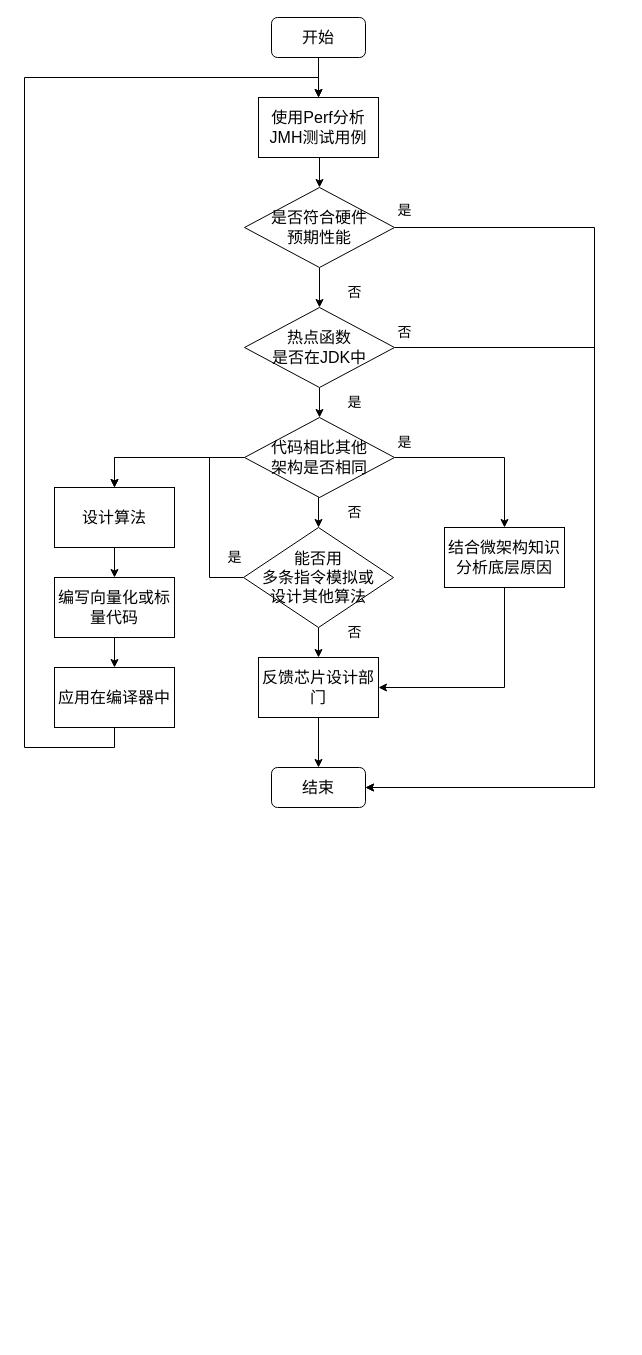
Above: Optimization.drawio in f123888/Draw.IO (draw.io), before the change. Source tidied: cells renumbered, new cells numbered last; positions are measured from the earlier drawing's top-left corner, leaving out a move shared by most shapes. Both pictures are drawn from the tidied source at 100%, with x=0, y=0 at pixel (24, 17).
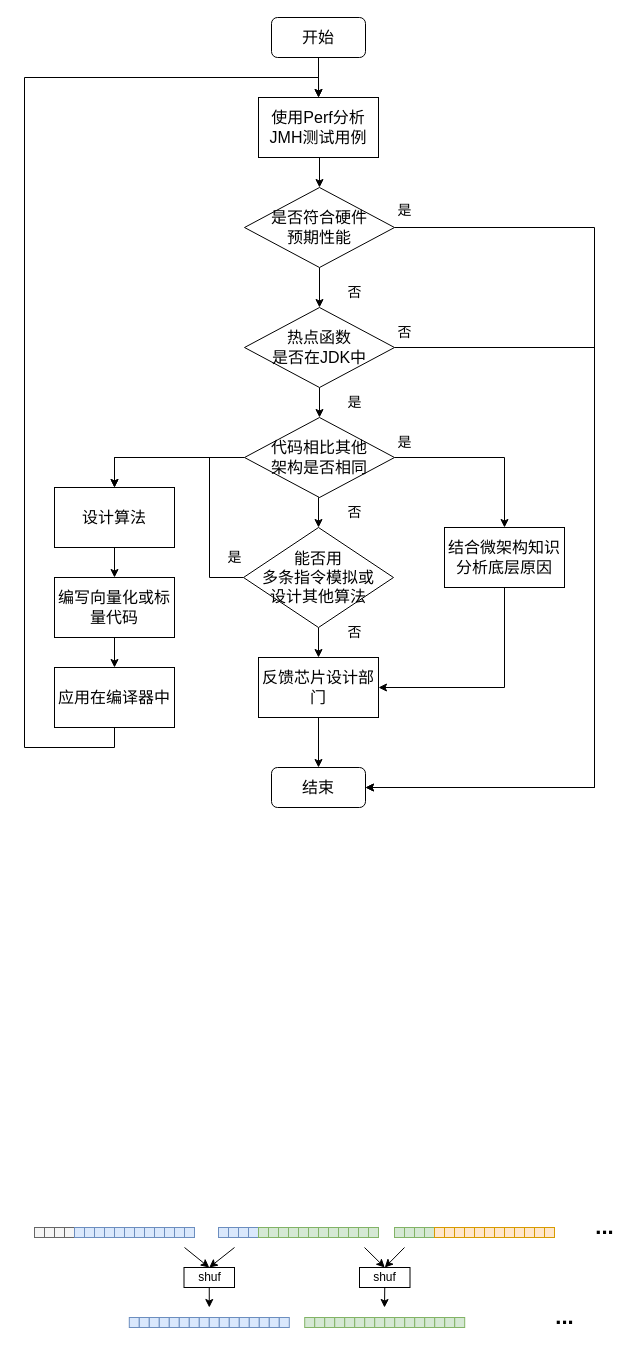
The same diagram, later.

Diff of the diagram source:
```diff
@@
+    <mxCell id="38" style="rounded=0;whiteSpace=wrap;html=1;fillColor=#f5f5f5;fontColor=#333333;strokeColor=#666666;" parent="1" vertex="1">
+      <mxGeometry x="10" y="1210" width="10" height="10" as="geometry" />
+    </mxCell>
+    <mxCell id="39" style="rounded=0;whiteSpace=wrap;html=1;fillColor=#f5f5f5;fontColor=#333333;strokeColor=#666666;" parent="1" vertex="1">
+      <mxGeometry x="20" y="1210" width="10" height="10" as="geometry" />
+    </mxCell>
+    <mxCell id="40" style="rounded=0;whiteSpace=wrap;html=1;fillColor=#f5f5f5;fontColor=#333333;strokeColor=#666666;" parent="1" vertex="1">
+      <mxGeometry x="30" y="1210" width="10" height="10" as="geometry" />
+    </mxCell>
+    <mxCell id="41" style="rounded=0;whiteSpace=wrap;html=1;fillColor=#f5f5f5;fontColor=#333333;strokeColor=#666666;" parent="1" vertex="1">
+      <mxGeometry x="40" y="1210" width="10" height="10" as="geometry" />
+    </mxCell>
+    <mxCell id="42" style="rounded=0;whiteSpace=wrap;html=1;fillColor=#dae8fc;strokeColor=#6c8ebf;" parent="1" vertex="1">
+      <mxGeometry x="50" y="1210" width="10" height="10" as="geometry" />
+    </mxCell>
+    <mxCell id="43" style="rounded=0;whiteSpace=wrap;html=1;fillColor=#dae8fc;strokeColor=#6c8ebf;" parent="1" vertex="1">
+      <mxGeometry x="60" y="1210" width="10" height="10" as="geometry" />
+    </mxCell>
+    <mxCell id="44" style="rounded=0;whiteSpace=wrap;html=1;fillColor=#dae8fc;strokeColor=#6c8ebf;" parent="1" vertex="1">
+      <mxGeometry x="70" y="1210" width="10" height="10" as="geometry" />
+    </mxCell>
+    <mxCell id="45" style="rounded=0;whiteSpace=wrap;html=1;fillColor=#dae8fc;strokeColor=#6c8ebf;" parent="1" vertex="1">
+      <mxGeometry x="80" y="1210" width="10" height="10" as="geometry" />
+    </mxCell>
+    <mxCell id="46" style="rounded=0;whiteSpace=wrap;html=1;fillColor=#dae8fc;strokeColor=#6c8ebf;" parent="1" vertex="1">
+      <mxGeometry x="90" y="1210" width="10" height="10" as="geometry" />
+    </mxCell>
+    <mxCell id="47" style="rounded=0;whiteSpace=wrap;html=1;fillColor=#dae8fc;strokeColor=#6c8ebf;" parent="1" vertex="1">
+      <mxGeometry x="100" y="1210" width="10" height="10" as="geometry" />
+    </mxCell>
+    <mxCell id="48" style="rounded=0;whiteSpace=wrap;html=1;fillColor=#dae8fc;strokeColor=#6c8ebf;" parent="1" vertex="1">
+      <mxGeometry x="110" y="1210" width="10" height="10" as="geometry" />
+    </mxCell>
+    <mxCell id="49" style="rounded=0;whiteSpace=wrap;html=1;fillColor=#dae8fc;strokeColor=#6c8ebf;" parent="1" vertex="1">
+      <mxGeometry x="120" y="1210" width="10" height="10" as="geometry" />
+    </mxCell>
+    <mxCell id="50" style="rounded=0;whiteSpace=wrap;html=1;fillColor=#dae8fc;strokeColor=#6c8ebf;" parent="1" vertex="1">
+      <mxGeometry x="130" y="1210" width="10" height="10" as="geometry" />
+    </mxCell>
+    <mxCell id="51" style="rounded=0;whiteSpace=wrap;html=1;fillColor=#dae8fc;strokeColor=#6c8ebf;" parent="1" vertex="1">
+      <mxGeometry x="140" y="1210" width="10" height="10" as="geometry" />
+    </mxCell>
+    <mxCell id="52" style="rounded=0;whiteSpace=wrap;html=1;fillColor=#dae8fc;strokeColor=#6c8ebf;" parent="1" vertex="1">
+      <mxGeometry x="150" y="1210" width="10" height="10" as="geometry" />
+    </mxCell>
+    <mxCell id="53" style="rounded=0;whiteSpace=wrap;html=1;fillColor=#dae8fc;strokeColor=#6c8ebf;" parent="1" vertex="1">
+      <mxGeometry x="160" y="1210" width="10" height="10" as="geometry" />
+    </mxCell>
+    <mxCell id="54" style="rounded=0;whiteSpace=wrap;html=1;fillColor=#dae8fc;strokeColor=#6c8ebf;" parent="1" vertex="1">
+      <mxGeometry x="194" y="1210" width="10" height="10" as="geometry" />
+    </mxCell>
+    <mxCell id="55" style="rounded=0;whiteSpace=wrap;html=1;fillColor=#dae8fc;strokeColor=#6c8ebf;" parent="1" vertex="1">
+      <mxGeometry x="204" y="1210" width="10" height="10" as="geometry" />
+    </mxCell>
+    <mxCell id="56" style="rounded=0;whiteSpace=wrap;html=1;fillColor=#dae8fc;strokeColor=#6c8ebf;" parent="1" vertex="1">
+      <mxGeometry x="214" y="1210" width="10" height="10" as="geometry" />
+    </mxCell>
+    <mxCell id="57" style="rounded=0;whiteSpace=wrap;html=1;fillColor=#dae8fc;strokeColor=#6c8ebf;" parent="1" vertex="1">
+      <mxGeometry x="224" y="1210" width="10" height="10" as="geometry" />
+    </mxCell>
+    <mxCell id="58" style="rounded=0;whiteSpace=wrap;html=1;fillColor=#d5e8d4;strokeColor=#82b366;" parent="1" vertex="1">
+      <mxGeometry x="234" y="1210" width="10" height="10" as="geometry" />
+    </mxCell>
+    <mxCell id="59" style="rounded=0;whiteSpace=wrap;html=1;fillColor=#d5e8d4;strokeColor=#82b366;" parent="1" vertex="1">
+      <mxGeometry x="244" y="1210" width="10" height="10" as="geometry" />
+    </mxCell>
+    <mxCell id="60" style="rounded=0;whiteSpace=wrap;html=1;fillColor=#d5e8d4;strokeColor=#82b366;" parent="1" vertex="1">
+      <mxGeometry x="254" y="1210" width="10" height="10" as="geometry" />
+    </mxCell>
+    <mxCell id="61" style="rounded=0;whiteSpace=wrap;html=1;fillColor=#d5e8d4;strokeColor=#82b366;" parent="1" vertex="1">
+      <mxGeometry x="264" y="1210" width="10" height="10" as="geometry" />
+    </mxCell>
+    <mxCell id="62" style="rounded=0;whiteSpace=wrap;html=1;fillColor=#d5e8d4;strokeColor=#82b366;" parent="1" vertex="1">
+      <mxGeometry x="274" y="1210" width="10" height="10" as="geometry" />
+    </mxCell>
+    <mxCell id="63" style="rounded=0;whiteSpace=wrap;html=1;fillColor=#d5e8d4;strokeColor=#82b366;" parent="1" vertex="1">
+      <mxGeometry x="284" y="1210" width="10" height="10" as="geometry" />
+    </mxCell>
+    <mxCell id="64" style="rounded=0;whiteSpace=wrap;html=1;fillColor=#d5e8d4;strokeColor=#82b366;" parent="1" vertex="1">
+      <mxGeometry x="294" y="1210" width="10" height="10" as="geometry" />
+    </mxCell>
+    <mxCell id="65" style="rounded=0;whiteSpace=wrap;html=1;fillColor=#d5e8d4;strokeColor=#82b366;" parent="1" vertex="1">
+      <mxGeometry x="304" y="1210" width="10" height="10" as="geometry" />
+    </mxCell>
+    <mxCell id="66" style="rounded=0;whiteSpace=wrap;html=1;fillColor=#d5e8d4;strokeColor=#82b366;" parent="1" vertex="1">
+      <mxGeometry x="314" y="1210" width="10" height="10" as="geometry" />
+    </mxCell>
+    <mxCell id="67" style="rounded=0;whiteSpace=wrap;html=1;fillColor=#d5e8d4;strokeColor=#82b366;" parent="1" vertex="1">
+      <mxGeometry x="324" y="1210" width="10" height="10" as="geometry" />
+    </mxCell>
+    <mxCell id="68" style="rounded=0;whiteSpace=wrap;html=1;fillColor=#d5e8d4;strokeColor=#82b366;" parent="1" vertex="1">
+      <mxGeometry x="334" y="1210" width="10" height="10" as="geometry" />
+    </mxCell>
+    <mxCell id="69" style="rounded=0;whiteSpace=wrap;html=1;fillColor=#d5e8d4;strokeColor=#82b366;" parent="1" vertex="1">
+      <mxGeometry x="344" y="1210" width="10" height="10" as="geometry" />
+    </mxCell>
+    <mxCell id="70" style="rounded=0;whiteSpace=wrap;html=1;fillColor=#d5e8d4;strokeColor=#82b366;" parent="1" vertex="1">
+      <mxGeometry x="370" y="1210" width="10" height="10" as="geometry" />
+    </mxCell>
+    <mxCell id="71" style="rounded=0;whiteSpace=wrap;html=1;fillColor=#d5e8d4;strokeColor=#82b366;" parent="1" vertex="1">
+      <mxGeometry x="380" y="1210" width="10" height="10" as="geometry" />
+    </mxCell>
+    <mxCell id="72" style="rounded=0;whiteSpace=wrap;html=1;fillColor=#d5e8d4;strokeColor=#82b366;" parent="1" vertex="1">
+      <mxGeometry x="390" y="1210" width="10" height="10" as="geometry" />
+    </mxCell>
+    <mxCell id="73" style="rounded=0;whiteSpace=wrap;html=1;fillColor=#d5e8d4;strokeColor=#82b366;" parent="1" vertex="1">
+      <mxGeometry x="400" y="1210" width="10" height="10" as="geometry" />
+    </mxCell>
+    <mxCell id="74" style="rounded=0;whiteSpace=wrap;html=1;fillColor=#ffe6cc;strokeColor=#d79b00;" parent="1" vertex="1">
+      <mxGeometry x="410" y="1210" width="10" height="10" as="geometry" />
+    </mxCell>
+    <mxCell id="75" style="rounded=0;whiteSpace=wrap;html=1;fillColor=#ffe6cc;strokeColor=#d79b00;" parent="1" vertex="1">
+      <mxGeometry x="420" y="1210" width="10" height="10" as="geometry" />
+    </mxCell>
+    <mxCell id="76" style="rounded=0;whiteSpace=wrap;html=1;fillColor=#ffe6cc;strokeColor=#d79b00;" parent="1" vertex="1">
+      <mxGeometry x="430" y="1210" width="10" height="10" as="geometry" />
+    </mxCell>
+    <mxCell id="77" style="rounded=0;whiteSpace=wrap;html=1;fillColor=#ffe6cc;strokeColor=#d79b00;" parent="1" vertex="1">
+      <mxGeometry x="440" y="1210" width="10" height="10" as="geometry" />
+    </mxCell>
+    <mxCell id="78" style="rounded=0;whiteSpace=wrap;html=1;fillColor=#ffe6cc;strokeColor=#d79b00;" parent="1" vertex="1">
+      <mxGeometry x="450" y="1210" width="10" height="10" as="geometry" />
+    </mxCell>
+    <mxCell id="79" style="rounded=0;whiteSpace=wrap;html=1;fillColor=#ffe6cc;strokeColor=#d79b00;" parent="1" vertex="1">
+      <mxGeometry x="460" y="1210" width="10" height="10" as="geometry" />
+    </mxCell>
+    <mxCell id="80" style="rounded=0;whiteSpace=wrap;html=1;fillColor=#ffe6cc;strokeColor=#d79b00;" parent="1" vertex="1">
+      <mxGeometry x="470" y="1210" width="10" height="10" as="geometry" />
+    </mxCell>
+    <mxCell id="81" style="rounded=0;whiteSpace=wrap;html=1;fillColor=#ffe6cc;strokeColor=#d79b00;" parent="1" vertex="1">
+      <mxGeometry x="480" y="1210" width="10" height="10" as="geometry" />
+    </mxCell>
+    <mxCell id="82" style="rounded=0;whiteSpace=wrap;html=1;fillColor=#ffe6cc;strokeColor=#d79b00;" parent="1" vertex="1">
+      <mxGeometry x="490" y="1210" width="10" height="10" as="geometry" />
+    </mxCell>
+    <mxCell id="83" style="rounded=0;whiteSpace=wrap;html=1;fillColor=#ffe6cc;strokeColor=#d79b00;" parent="1" vertex="1">
+      <mxGeometry x="500" y="1210" width="10" height="10" as="geometry" />
+    </mxCell>
+    <mxCell id="84" style="rounded=0;whiteSpace=wrap;html=1;fillColor=#ffe6cc;strokeColor=#d79b00;" parent="1" vertex="1">
+      <mxGeometry x="510" y="1210" width="10" height="10" as="geometry" />
+    </mxCell>
+    <mxCell id="85" style="rounded=0;whiteSpace=wrap;html=1;fillColor=#ffe6cc;strokeColor=#d79b00;" parent="1" vertex="1">
+      <mxGeometry x="520" y="1210" width="10" height="10" as="geometry" />
+    </mxCell>
+    <mxCell id="86" style="rounded=0;whiteSpace=wrap;html=1;fillColor=#dae8fc;strokeColor=#6c8ebf;" parent="1" vertex="1">
+      <mxGeometry x="104.8" y="1300" width="10" height="10" as="geometry" />
+    </mxCell>
+    <mxCell id="87" style="rounded=0;whiteSpace=wrap;html=1;fillColor=#dae8fc;strokeColor=#6c8ebf;" parent="1" vertex="1">
+      <mxGeometry x="114.8" y="1300" width="10" height="10" as="geometry" />
+    </mxCell>
+    <mxCell id="88" style="rounded=0;whiteSpace=wrap;html=1;fillColor=#dae8fc;strokeColor=#6c8ebf;" parent="1" vertex="1">
+      <mxGeometry x="124.8" y="1300" width="10" height="10" as="geometry" />
+    </mxCell>
+    <mxCell id="89" style="rounded=0;whiteSpace=wrap;html=1;fillColor=#dae8fc;strokeColor=#6c8ebf;" parent="1" vertex="1">
+      <mxGeometry x="134.8" y="1300" width="10" height="10" as="geometry" />
+    </mxCell>
+    <mxCell id="90" style="rounded=0;whiteSpace=wrap;html=1;fillColor=#dae8fc;strokeColor=#6c8ebf;" parent="1" vertex="1">
+      <mxGeometry x="144.8" y="1300" width="10" height="10" as="geometry" />
+    </mxCell>
+    <mxCell id="91" style="rounded=0;whiteSpace=wrap;html=1;fillColor=#dae8fc;strokeColor=#6c8ebf;" parent="1" vertex="1">
+      <mxGeometry x="154.8" y="1300" width="10" height="10" as="geometry" />
+    </mxCell>
+    <mxCell id="92" style="rounded=0;whiteSpace=wrap;html=1;fillColor=#dae8fc;strokeColor=#6c8ebf;" parent="1" vertex="1">
+      <mxGeometry x="164.8" y="1300" width="10" height="10" as="geometry" />
+    </mxCell>
+    <mxCell id="93" style="rounded=0;whiteSpace=wrap;html=1;fillColor=#dae8fc;strokeColor=#6c8ebf;" parent="1" vertex="1">
+      <mxGeometry x="174.8" y="1300" width="10" height="10" as="geometry" />
+    </mxCell>
+    <mxCell id="94" style="rounded=0;whiteSpace=wrap;html=1;fillColor=#dae8fc;strokeColor=#6c8ebf;" parent="1" vertex="1">
+      <mxGeometry x="184.8" y="1300" width="10" height="10" as="geometry" />
+    </mxCell>
+    <mxCell id="95" style="rounded=0;whiteSpace=wrap;html=1;fillColor=#dae8fc;strokeColor=#6c8ebf;" parent="1" vertex="1">
+      <mxGeometry x="194.8" y="1300" width="10" height="10" as="geometry" />
+    </mxCell>
+    <mxCell id="96" style="rounded=0;whiteSpace=wrap;html=1;fillColor=#dae8fc;strokeColor=#6c8ebf;" parent="1" vertex="1">
+      <mxGeometry x="204.8" y="1300" width="10" height="10" as="geometry" />
+    </mxCell>
+    <mxCell id="97" style="rounded=0;whiteSpace=wrap;html=1;fillColor=#dae8fc;strokeColor=#6c8ebf;" parent="1" vertex="1">
+      <mxGeometry x="214.8" y="1300" width="10" height="10" as="geometry" />
+    </mxCell>
+    <mxCell id="98" style="rounded=0;whiteSpace=wrap;html=1;fillColor=#dae8fc;strokeColor=#6c8ebf;" parent="1" vertex="1">
+      <mxGeometry x="224.8" y="1300" width="10" height="10" as="geometry" />
+    </mxCell>
+    <mxCell id="99" style="rounded=0;whiteSpace=wrap;html=1;fillColor=#dae8fc;strokeColor=#6c8ebf;" parent="1" vertex="1">
+      <mxGeometry x="234.8" y="1300" width="10" height="10" as="geometry" />
+    </mxCell>
+    <mxCell id="100" style="rounded=0;whiteSpace=wrap;html=1;fillColor=#dae8fc;strokeColor=#6c8ebf;" parent="1" vertex="1">
+      <mxGeometry x="244.8" y="1300" width="10" height="10" as="geometry" />
+    </mxCell>
+    <mxCell id="101" style="rounded=0;whiteSpace=wrap;html=1;fillColor=#dae8fc;strokeColor=#6c8ebf;" parent="1" vertex="1">
+      <mxGeometry x="254.8" y="1300" width="10" height="10" as="geometry" />
+    </mxCell>
+    <mxCell id="102" style="rounded=0;whiteSpace=wrap;html=1;fillColor=#d5e8d4;strokeColor=#82b366;" parent="1" vertex="1">
+      <mxGeometry x="280.2" y="1300" width="10" height="10" as="geometry" />
+    </mxCell>
+    <mxCell id="103" style="rounded=0;whiteSpace=wrap;html=1;fillColor=#d5e8d4;strokeColor=#82b366;" parent="1" vertex="1">
+      <mxGeometry x="290.2" y="1300" width="10" height="10" as="geometry" />
+    </mxCell>
+    <mxCell id="104" style="rounded=0;whiteSpace=wrap;html=1;fillColor=#d5e8d4;strokeColor=#82b366;" parent="1" vertex="1">
+      <mxGeometry x="300.2" y="1300" width="10" height="10" as="geometry" />
+    </mxCell>
+    <mxCell id="105" style="rounded=0;whiteSpace=wrap;html=1;fillColor=#d5e8d4;strokeColor=#82b366;" parent="1" vertex="1">
+      <mxGeometry x="310.2" y="1300" width="10" height="10" as="geometry" />
+    </mxCell>
+    <mxCell id="106" style="rounded=0;whiteSpace=wrap;html=1;fillColor=#d5e8d4;strokeColor=#82b366;" parent="1" vertex="1">
+      <mxGeometry x="320.2" y="1300" width="10" height="10" as="geometry" />
+    </mxCell>
+    <mxCell id="107" style="rounded=0;whiteSpace=wrap;html=1;fillColor=#d5e8d4;strokeColor=#82b366;" parent="1" vertex="1">
+      <mxGeometry x="330.2" y="1300" width="10" height="10" as="geometry" />
+    </mxCell>
+    <mxCell id="108" style="rounded=0;whiteSpace=wrap;html=1;fillColor=#d5e8d4;strokeColor=#82b366;" parent="1" vertex="1">
+      <mxGeometry x="340.2" y="1300" width="10" height="10" as="geometry" />
+    </mxCell>
+    <mxCell id="109" style="rounded=0;whiteSpace=wrap;html=1;fillColor=#d5e8d4;strokeColor=#82b366;" parent="1" vertex="1">
+      <mxGeometry x="350.2" y="1300" width="10" height="10" as="geometry" />
+    </mxCell>
+    <mxCell id="110" style="rounded=0;whiteSpace=wrap;html=1;fillColor=#d5e8d4;strokeColor=#82b366;" parent="1" vertex="1">
+      <mxGeometry x="360.2" y="1300" width="10" height="10" as="geometry" />
+    </mxCell>
+    <mxCell id="111" style="rounded=0;whiteSpace=wrap;html=1;fillColor=#d5e8d4;strokeColor=#82b366;" parent="1" vertex="1">
+      <mxGeometry x="370.2" y="1300" width="10" height="10" as="geometry" />
+    </mxCell>
+    <mxCell id="112" style="rounded=0;whiteSpace=wrap;html=1;fillColor=#d5e8d4;strokeColor=#82b366;" parent="1" vertex="1">
+      <mxGeometry x="380.2" y="1300" width="10" height="10" as="geometry" />
+    </mxCell>
+    <mxCell id="113" style="rounded=0;whiteSpace=wrap;html=1;fillColor=#d5e8d4;strokeColor=#82b366;" parent="1" vertex="1">
+      <mxGeometry x="390.2" y="1300" width="10" height="10" as="geometry" />
+    </mxCell>
+    <mxCell id="114" style="rounded=0;whiteSpace=wrap;html=1;fillColor=#d5e8d4;strokeColor=#82b366;" parent="1" vertex="1">
+      <mxGeometry x="400.2" y="1300" width="10" height="10" as="geometry" />
+    </mxCell>
+    <mxCell id="115" style="rounded=0;whiteSpace=wrap;html=1;fillColor=#d5e8d4;strokeColor=#82b366;" parent="1" vertex="1">
+      <mxGeometry x="410.2" y="1300" width="10" height="10" as="geometry" />
+    </mxCell>
+    <mxCell id="116" style="rounded=0;whiteSpace=wrap;html=1;fillColor=#d5e8d4;strokeColor=#82b366;" parent="1" vertex="1">
+      <mxGeometry x="420.2" y="1300" width="10" height="10" as="geometry" />
+    </mxCell>
+    <mxCell id="117" style="rounded=0;whiteSpace=wrap;html=1;fillColor=#d5e8d4;strokeColor=#82b366;" parent="1" vertex="1">
+      <mxGeometry x="430.2" y="1300" width="10" height="10" as="geometry" />
+    </mxCell>
+    <mxCell id="118" style="edgeStyle=orthogonalEdgeStyle;rounded=0;jettySize=auto;html=1;exitX=0.5;exitY=1;exitDx=0;exitDy=0;" parent="1" edge="1" source="119">
+      <mxGeometry relative="1" as="geometry">
+        <mxPoint x="184.8" y="1290" as="targetPoint" />
+      </mxGeometry>
+    </mxCell>
+    <mxCell id="119" value="shuf" style="rounded=0;whiteSpace=wrap;html=1;" parent="1" vertex="1">
+      <mxGeometry x="159.5" y="1250" width="50.5" height="20" as="geometry" />
+    </mxCell>
+    <mxCell id="120" style="edgeStyle=orthogonalEdgeStyle;rounded=0;jettySize=auto;html=1;exitX=0.5;exitY=1;exitDx=0;exitDy=0;" parent="1" edge="1" source="121">
+      <mxGeometry relative="1" as="geometry">
+        <mxPoint x="360" y="1290" as="targetPoint" />
+      </mxGeometry>
+    </mxCell>
+    <mxCell id="121" value="shuf" style="rounded=0;whiteSpace=wrap;html=1;" parent="1" vertex="1">
+      <mxGeometry x="335" y="1250" width="50.5" height="20" as="geometry" />
+    </mxCell>
+    <mxCell id="122" value="&lt;font style=&quot;font-size: 22px;&quot;&gt;&lt;b&gt;...&lt;/b&gt;&lt;/font&gt;" style="text;html=1;align=center;verticalAlign=middle;strokeColor=none;fillColor=none;" parent="1" vertex="1">
+      <mxGeometry x="560" y="1190" width="40" height="40" as="geometry" />
+    </mxCell>
+    <mxCell id="123" value="&lt;font style=&quot;font-size: 22px;&quot;&gt;&lt;b&gt;...&lt;/b&gt;&lt;/font&gt;" style="text;html=1;align=center;verticalAlign=middle;strokeColor=none;fillColor=none;" parent="1" vertex="1">
+      <mxGeometry x="520" y="1280" width="40" height="40" as="geometry" />
+    </mxCell>
+    <mxCell id="124" style="endArrow=classic;html=1;rounded=0;entryX=0.5;entryY=0;entryDx=0;entryDy=0;" parent="1" edge="1" target="119">
+      <mxGeometry relative="1" as="geometry">
+        <mxPoint x="160" y="1230" as="sourcePoint" />
+      </mxGeometry>
+    </mxCell>
+    <mxCell id="125" style="endArrow=classic;html=1;rounded=0;entryX=0.5;entryY=0;entryDx=0;entryDy=0;" parent="1" edge="1" target="119">
+      <mxGeometry relative="1" as="geometry">
+        <mxPoint x="210" y="1230" as="sourcePoint" />
+      </mxGeometry>
+    </mxCell>
+    <mxCell id="126" style="endArrow=classic;html=1;rounded=0;entryX=0.5;entryY=0;entryDx=0;entryDy=0;" parent="1" edge="1" target="121">
+      <mxGeometry relative="1" as="geometry">
+        <mxPoint x="340" y="1230" as="sourcePoint" />
+      </mxGeometry>
+    </mxCell>
+    <mxCell id="127" style="endArrow=classic;html=1;rounded=0;entryX=0.5;entryY=0;entryDx=0;entryDy=0;" parent="1" edge="1" target="121">
+      <mxGeometry relative="1" as="geometry">
+        <mxPoint x="380" y="1230" as="sourcePoint" />
+      </mxGeometry>
+    </mxCell>
```
